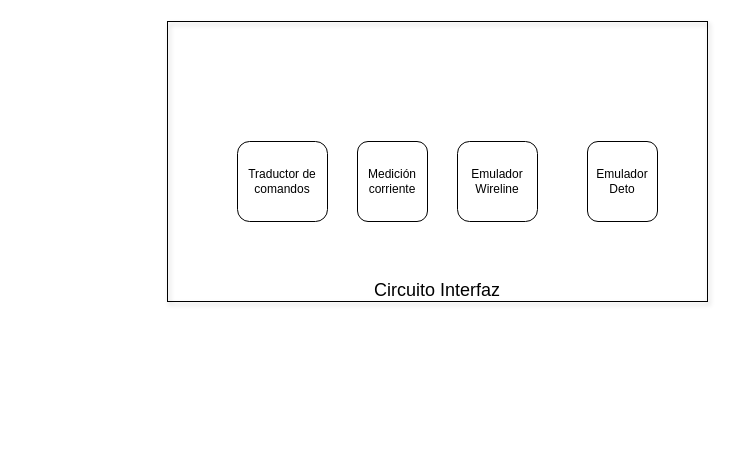
Before: page "Page-2" (2 of 2) of Drawio/Ensayo_5.drawio in gvdiaz/Diagramas_simil_Visio, a draw.io diagram. Source tidied: cells renumbered, new cells numbered last; positions are measured from the earlier drawing's top-left corner, leaving out a move shared by most shapes. Both pictures are drawn from the tidied source at 100%, with x=0, y=0 at pixel (167, 21).
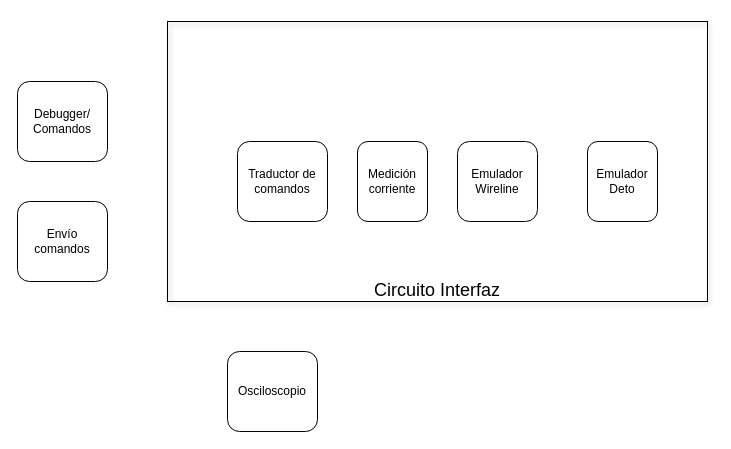
Above is the later version.

Commit message:
Configuración página + inserción bloques

Change to the diagram source:
```diff
@@
 <mxGraphModel>
   <root>
     <mxCell id="0" />
     <mxCell id="1" parent="0" />
     <mxCell id="2" value="&lt;div align=&quot;left&quot;&gt;&lt;br&gt;&lt;/div&gt;&lt;div align=&quot;left&quot;&gt;&lt;br&gt;&lt;/div&gt;&lt;div align=&quot;left&quot;&gt;&lt;br&gt;&lt;/div&gt;&lt;div align=&quot;left&quot;&gt;&lt;br&gt;&lt;/div&gt;&lt;div align=&quot;left&quot;&gt;&lt;br&gt;&lt;/div&gt;&lt;div align=&quot;left&quot;&gt;&lt;br&gt;&lt;/div&gt;&lt;div align=&quot;left&quot;&gt;&lt;br&gt;&lt;/div&gt;&lt;div align=&quot;left&quot;&gt;&lt;br&gt;&lt;/div&gt;&lt;div align=&quot;left&quot;&gt;&lt;br&gt;&lt;/div&gt;&lt;div align=&quot;left&quot;&gt;&lt;br&gt;&lt;/div&gt;&lt;div align=&quot;left&quot;&gt;&lt;br&gt;&lt;/div&gt;&lt;div align=&quot;left&quot;&gt;&lt;br&gt;&lt;/div&gt;&lt;div align=&quot;left&quot;&gt;Circuito Interfaz&lt;br&gt;&lt;/div&gt;" style="whiteSpace=wrap;html=1;shadow=1;fontSize=18;fillColor=none;" parent="1" vertex="1">
       <mxGeometry width="540" height="280" as="geometry" />
     </mxCell>
     <mxCell id="3" value="Traductor de comandos" style="rounded=1;whiteSpace=wrap;html=1;" parent="1" vertex="1">
       <mxGeometry x="70" y="120" width="90" height="80" as="geometry" />
     </mxCell>
     <mxCell id="4" value="&lt;div&gt;Medición&lt;/div&gt;&lt;div&gt;corriente&lt;/div&gt;" style="rounded=1;whiteSpace=wrap;html=1;" parent="1" vertex="1">
       <mxGeometry x="190" y="120" width="70" height="80" as="geometry" />
     </mxCell>
     <mxCell id="5" value="&lt;div&gt;Emulador&lt;/div&gt;&lt;div&gt;Wireline&lt;/div&gt;" style="rounded=1;whiteSpace=wrap;html=1;" parent="1" vertex="1">
       <mxGeometry x="290" y="120" width="80" height="80" as="geometry" />
     </mxCell>
     <mxCell id="6" value="&lt;div&gt;Emulador&lt;/div&gt;Deto" style="rounded=1;whiteSpace=wrap;html=1;" parent="1" vertex="1">
       <mxGeometry x="420" y="120" width="70" height="80" as="geometry" />
     </mxCell>
+    <mxCell id="7" value="&lt;div&gt;Debugger/&lt;/div&gt;&lt;div&gt;Comandos&lt;/div&gt;" style="rounded=1;whiteSpace=wrap;html=1;" parent="1" vertex="1">
+      <mxGeometry x="-150" y="60" width="90" height="80" as="geometry" />
+    </mxCell>
+    <mxCell id="8" value="Envío comandos" style="rounded=1;whiteSpace=wrap;html=1;" parent="1" vertex="1">
+      <mxGeometry x="-150" y="180" width="90" height="80" as="geometry" />
+    </mxCell>
+    <mxCell id="9" value="Osciloscopio" style="rounded=1;whiteSpace=wrap;html=1;" parent="1" vertex="1">
+      <mxGeometry x="60" y="330" width="90" height="80" as="geometry" />
+    </mxCell>
   </root>
 </mxGraphModel>
```
